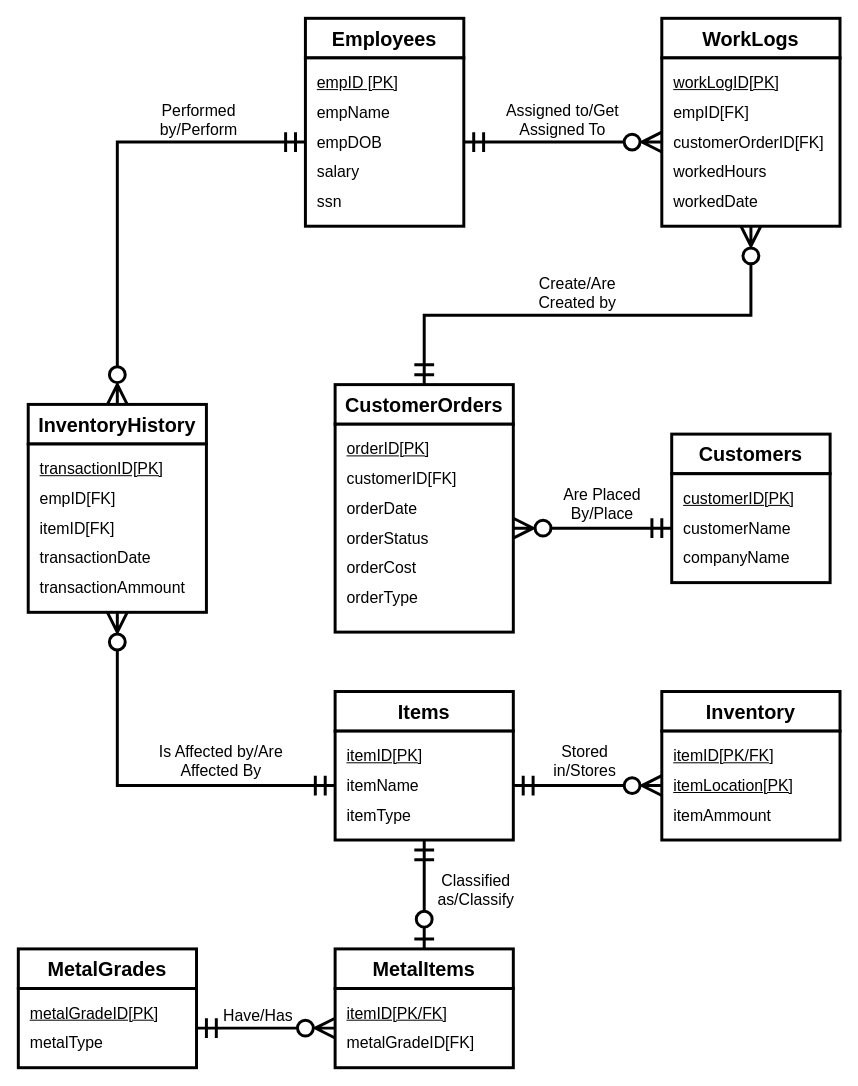
This is part2-Schema/SQL-Schema-DrawIO/SQL_Crows_Foot_ER_Diagram.drawio from ArchDruid19/CS411-Final_Project, a draw.io file, before an edit. Source tidied: cells renumbered, new cells numbered last; positions are measured from the earlier drawing's top-left corner, leaving out a move shared by most shapes. Both pictures are drawn from the tidied source at 99%, with x=0, y=0 at pixel (18, 18).
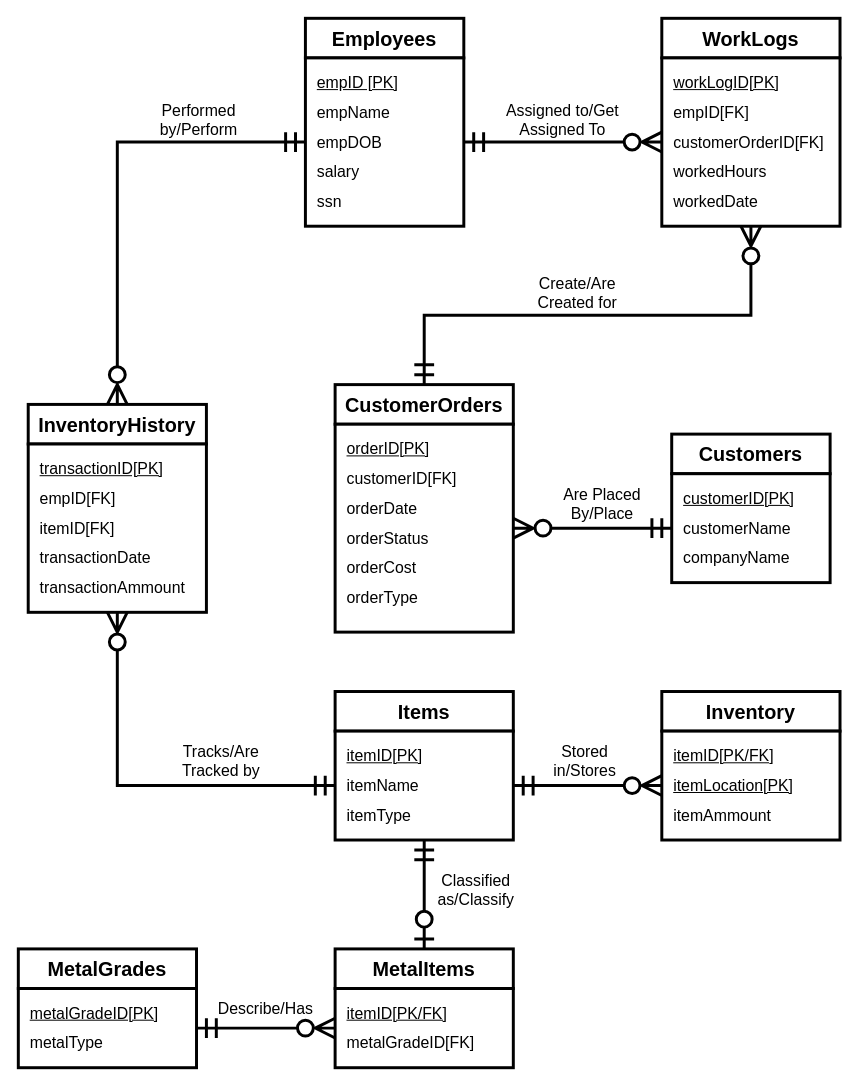
The same page after the edit.

Commit message (it also covers changes not shown here):
Updated sample data to make more sense, and added new version of ER diagram

Diff of the diagram source:
```diff
@@
-    <mxCell id="63" value="Create/Are Created by" style="text;html=1;whiteSpace=wrap;strokeColor=none;fillColor=none;align=center;verticalAlign=bottom;rounded=0;spacing=0;fontSize=16;" parent="1" vertex="1">
+    <mxCell id="63" value="Create/Are Created for" style="text;html=1;whiteSpace=wrap;strokeColor=none;fillColor=none;align=center;verticalAlign=bottom;rounded=0;spacing=0;fontSize=16;" parent="1" vertex="1">
       <mxGeometry x="500" y="240" width="130" height="57" as="geometry" />
     </mxCell>
@@
-    <mxCell id="66" value="Is Affected by/Are Affected By" style="text;html=1;whiteSpace=wrap;strokeColor=none;fillColor=none;align=center;verticalAlign=bottom;rounded=0;spacing=0;fontSize=16;" parent="1" vertex="1">
-      <mxGeometry x="140" y="740" width="130" height="30" as="geometry" />
+    <mxCell id="66" value="Tracks/Are Tracked by" style="text;html=1;whiteSpace=wrap;strokeColor=none;fillColor=none;align=center;verticalAlign=bottom;rounded=0;spacing=0;fontSize=16;" parent="1" vertex="1">
+      <mxGeometry x="140" y="730" width="130" height="40" as="geometry" />
     </mxCell>
@@
-    <mxCell id="68" value="Have/Has" style="text;html=1;whiteSpace=wrap;strokeColor=none;fillColor=none;align=center;verticalAlign=bottom;rounded=0;spacing=0;fontSize=16;" parent="1" vertex="1">
-      <mxGeometry x="200" y="987" width="85" height="30" as="geometry" />
+    <mxCell id="68" value="Describe/Has" style="text;html=1;whiteSpace=wrap;strokeColor=none;fillColor=none;align=center;verticalAlign=bottom;rounded=0;spacing=0;fontSize=16;" parent="1" vertex="1">
+      <mxGeometry x="200" y="980" width="100" height="30" as="geometry" />
     </mxCell>
```
